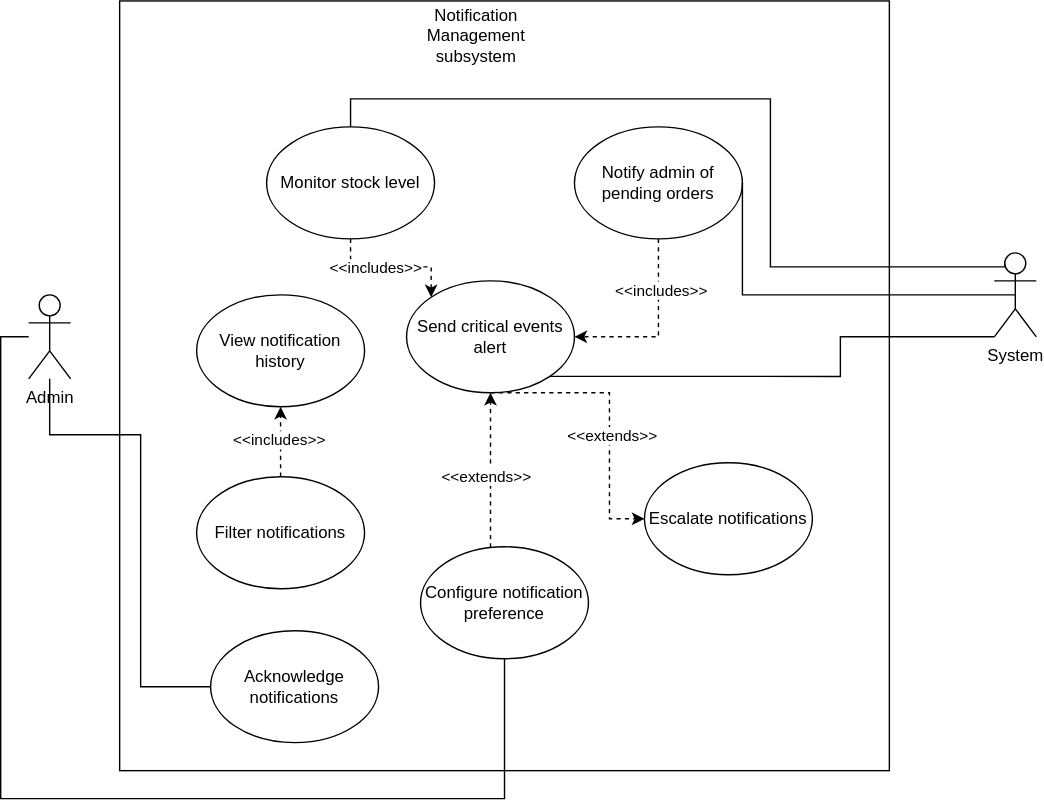
The draw.io diagram usecase1.svg in Simamkele88/IFM3_GP, before a commit. Source tidied: cells renumbered, new cells last; positions are measured from the earlier drawing's top-left corner, leaving out a move shared by most shapes.
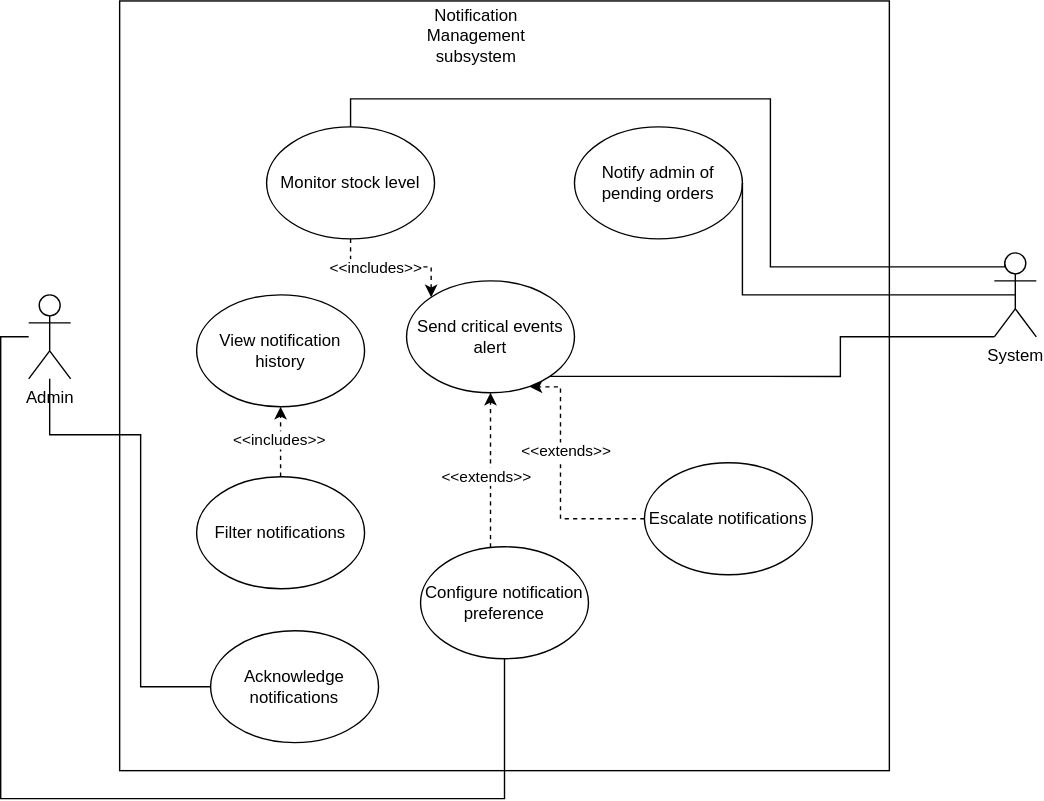
Above is the later version.

What changed in the source:
```diff
@@ -60,31 +60,9 @@
     <mxCell id="14" value="View notification history" style="ellipse;whiteSpace=wrap;html=1;" parent="1" vertex="1">
       <mxGeometry x="140" y="210" width="120" height="80" as="geometry" />
     </mxCell>
-    <mxCell id="15" style="edgeStyle=orthogonalEdgeStyle;rounded=0;jettySize=auto;html=1;entryX=0;entryY=0.5;entryDx=0;entryDy=0;dashed=1;" parent="1" edge="1" source="17" target="25">
-      <mxGeometry relative="1" as="geometry">
-        <Array as="points">
-          <mxPoint x="435" y="280" />
-          <mxPoint x="435" y="370" />
-        </Array>
-      </mxGeometry>
-    </mxCell>
-    <mxCell id="16" value="&amp;lt;&amp;lt;extends&amp;gt;&amp;gt;" style="edgeLabel;html=1;align=center;verticalAlign=middle;" parent="15" vertex="1">
-      <mxGeometry x="0.15" y="1" relative="1" as="geometry" />
-    </mxCell>
     <mxCell id="17" value="Send critical events alert" style="ellipse;whiteSpace=wrap;html=1;" parent="1" vertex="1">
       <mxGeometry x="290" y="200" width="120" height="80" as="geometry" />
     </mxCell>
-    <mxCell id="18" style="edgeStyle=orthogonalEdgeStyle;rounded=0;jettySize=auto;html=1;dashed=1;" parent="1" edge="1" source="10">
-      <mxGeometry relative="1" as="geometry">
-        <mxPoint x="410" y="240" as="targetPoint" />
-        <Array as="points">
-          <mxPoint x="470" y="240" />
-        </Array>
-      </mxGeometry>
-    </mxCell>
-    <mxCell id="19" value="&amp;lt;&amp;lt;includes&amp;gt;&amp;gt;" style="edgeLabel;html=1;align=center;verticalAlign=middle;" parent="18" vertex="1">
-      <mxGeometry x="-0.45" y="1" relative="1" as="geometry" />
-    </mxCell>
     <mxCell id="20" style="edgeStyle=orthogonalEdgeStyle;rounded=0;jettySize=auto;html=1;entryX=0.5;entryY=0;entryDx=0;entryDy=0;exitX=0.25;exitY=0.1;exitDx=0;exitDy=0;exitPerimeter=0;endArrow=none;startFill=0;" parent="1" edge="1" source="22" target="9">
       <mxGeometry relative="1" as="geometry">
         <Array as="points">
@@ -128,5 +106,16 @@
     <mxCell id="28" value="Filter notifications" style="ellipse;whiteSpace=wrap;html=1;" parent="1" vertex="1">
       <mxGeometry x="140" y="340" width="120" height="80" as="geometry" />
     </mxCell>
+    <mxCell id="29" style="edgeStyle=orthogonalEdgeStyle;rounded=0;jettySize=auto;html=1;entryX=0.733;entryY=0.947;entryDx=0;entryDy=0;entryPerimeter=0;dashed=1;" parent="1" edge="1" source="25" target="17">
+      <mxGeometry relative="1" as="geometry">
+        <Array as="points">
+          <mxPoint x="400" y="370" />
+          <mxPoint x="400" y="276" />
+        </Array>
+      </mxGeometry>
+    </mxCell>
+    <mxCell id="16" value="&amp;lt;&amp;lt;extends&amp;gt;&amp;gt;" style="edgeLabel;html=1;align=center;verticalAlign=middle;" parent="29" vertex="1">
+      <mxGeometry x="0.24" y="-3" relative="1" as="geometry" />
+    </mxCell>
   </root>
 </mxGraphModel>
```
